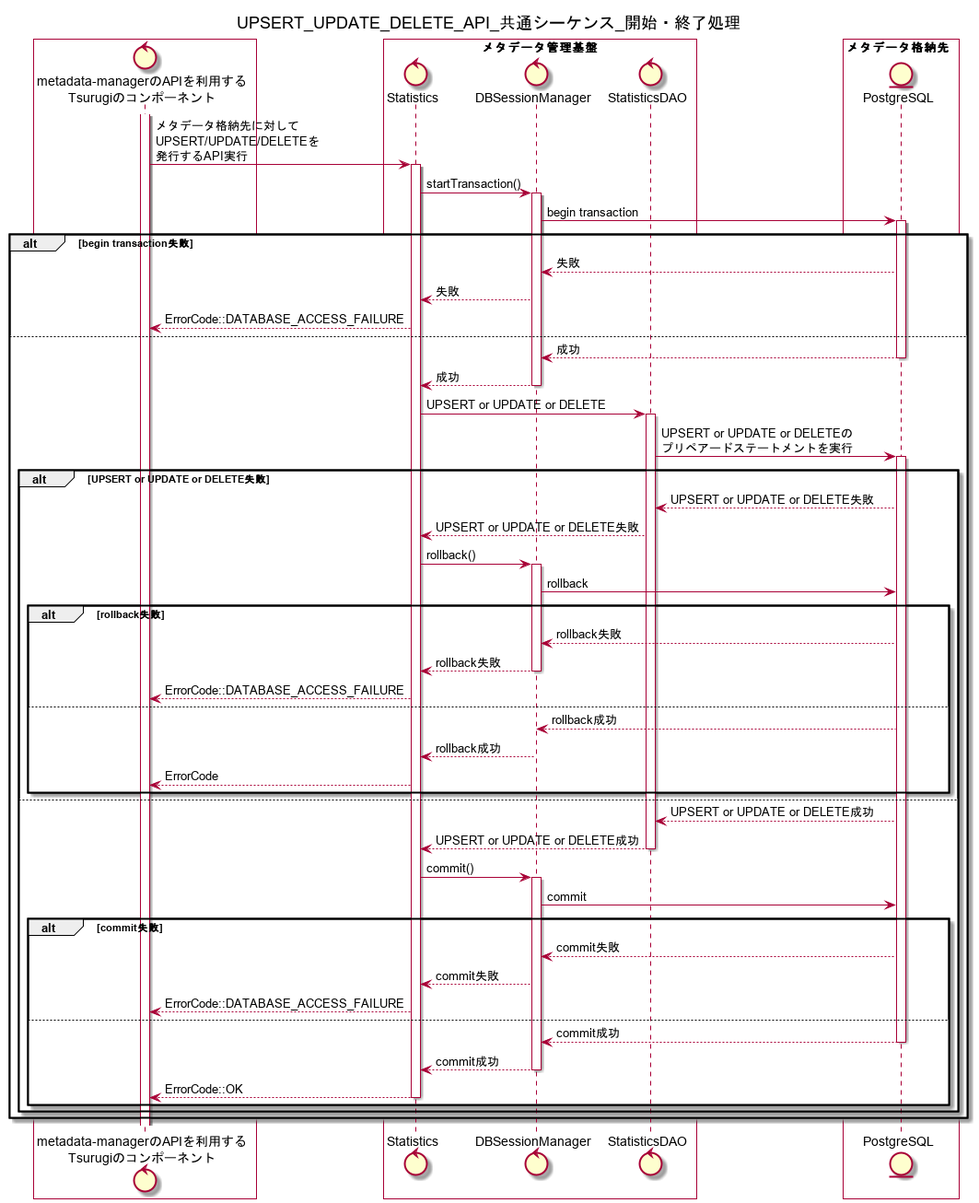
project-tsurugi/metadata-manager keeps this PlantUML diagram as metadata-manager/docs/statistic/02.FD/out/uml/SequenceDiagram_detail/UPSERT_UPDATE_DELETE_API_共通シーケンス_開始・終了処理.png. Above is the earlier version. Source of this version:
```plantuml
@startuml
title UPSERT_UPDATE_DELETE_API_共通シーケンス_開始・終了処理

box #White
control "metadata-managerのAPIを利用する\nTsurugiのコンポーネント" as ogawayama
end box
box "メタデータ管理基盤" #White
control "Statistics" as Statistics
control "DBSessionManager" as DBSessionManager
control "StatisticsDAO" as StatisticsDAO
end box
box メタデータ格納先  #White
entity "PostgreSQL" as metadata_storage
end box

activate ogawayama
ogawayama -> Statistics : メタデータ格納先に対して\nUPSERT/UPDATE/DELETEを\n発行するAPI実行
activate Statistics
Statistics -> DBSessionManager : startTransaction()
activate DBSessionManager
DBSessionManager -> metadata_storage : begin transaction
activate metadata_storage
alt begin transaction失敗
DBSessionManager <-- metadata_storage : 失敗
Statistics <-- DBSessionManager : 失敗
ogawayama <-- Statistics : ErrorCode::DATABASE_ACCESS_FAILURE
else
DBSessionManager <-- metadata_storage : 成功
deactivate metadata_storage
Statistics <-- DBSessionManager : 成功
deactivate DBSessionManager
Statistics -> StatisticsDAO : UPSERT or UPDATE or DELETE
activate StatisticsDAO
StatisticsDAO -> metadata_storage : UPSERT or UPDATE or DELETEの\nプリペアードステートメントを実行

alt UPSERT or UPDATE or DELETE失敗
activate metadata_storage
StatisticsDAO <-- metadata_storage : UPSERT or UPDATE or DELETE失敗
Statistics <-- StatisticsDAO : UPSERT or UPDATE or DELETE失敗
Statistics -> DBSessionManager : rollback()
activate DBSessionManager
DBSessionManager -> metadata_storage : rollback
alt rollback失敗
DBSessionManager <-- metadata_storage : rollback失敗
Statistics <-- DBSessionManager : rollback失敗
deactivate DBSessionManager
ogawayama <-- Statistics : ErrorCode::DATABASE_ACCESS_FAILURE
else
DBSessionManager <-- metadata_storage : rollback成功
Statistics <-- DBSessionManager : rollback成功
deactivate DBSessionManager
ogawayama <-- Statistics : ErrorCode
end
else
StatisticsDAO <-- metadata_storage : UPSERT or UPDATE or DELETE成功
Statistics <-- StatisticsDAO : UPSERT or UPDATE or DELETE成功
deactivate StatisticsDAO
Statistics -> DBSessionManager : commit()
activate DBSessionManager
DBSessionManager -> metadata_storage : commit
alt commit失敗
DBSessionManager <-- metadata_storage : commit失敗
Statistics <-- DBSessionManager : commit失敗
ogawayama <-- Statistics : ErrorCode::DATABASE_ACCESS_FAILURE
else
DBSessionManager <-- metadata_storage : commit成功
deactivate metadata_storage
Statistics <-- DBSessionManager : commit成功
deactivate DBSessionManager
ogawayama <-- Statistics : ErrorCode::OK
deactivate Statistics
end
end
end
@enduml
```
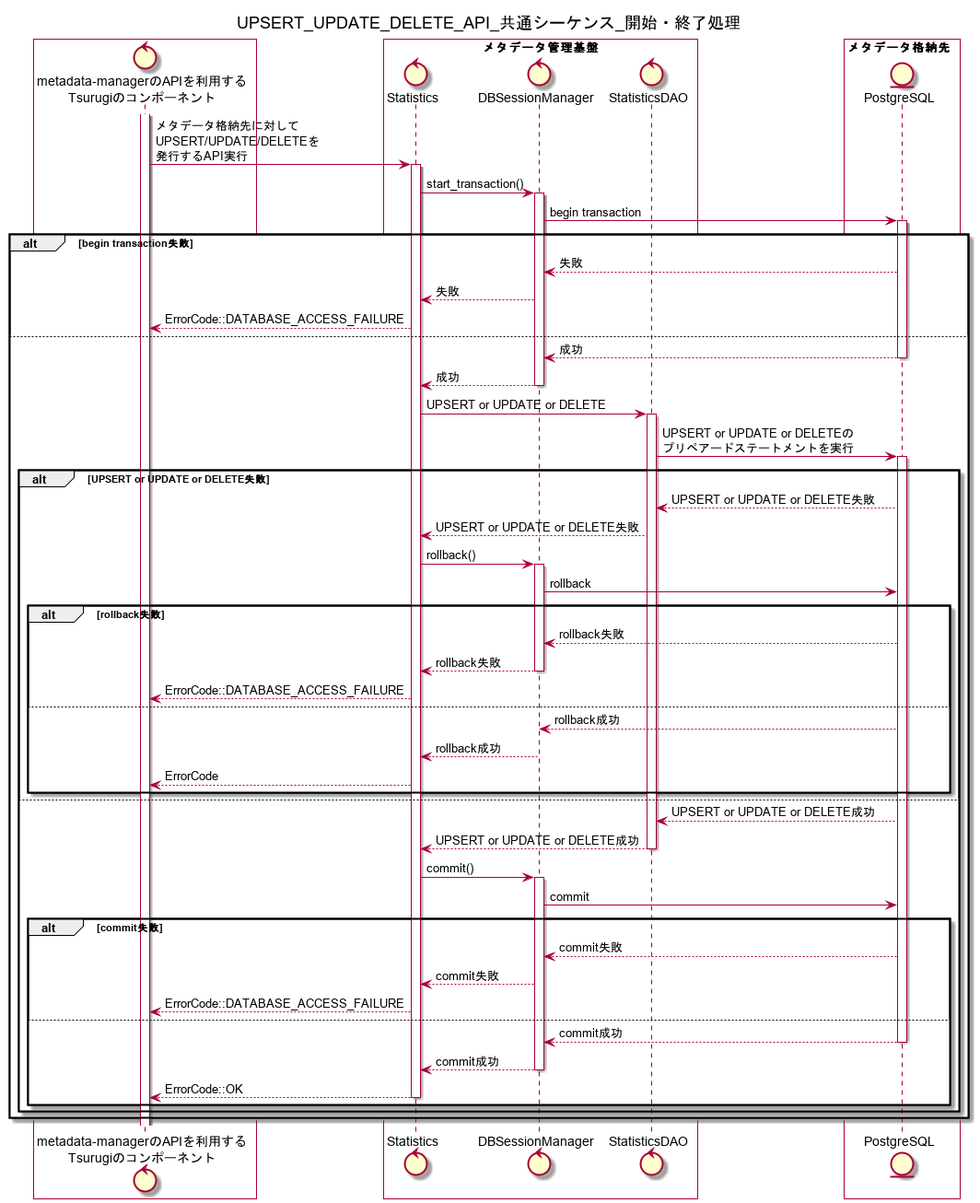
After the commit.

Change to the diagram source:
```diff
@@ -16,7 +16,7 @@
 activate ogawayama
 ogawayama -> Statistics : メタデータ格納先に対して\nUPSERT/UPDATE/DELETEを\n発行するAPI実行
 activate Statistics
-Statistics -> DBSessionManager : startTransaction()
+Statistics -> DBSessionManager : start_transaction()
 activate DBSessionManager
 DBSessionManager -> metadata_storage : begin transaction
 activate metadata_storage
```
